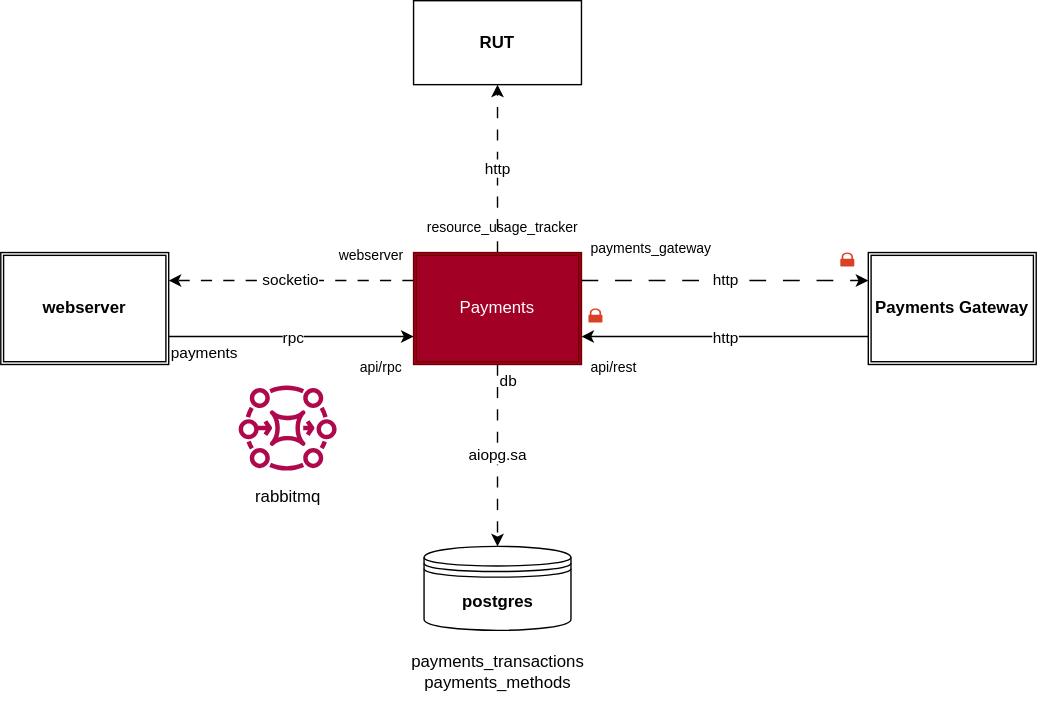
Above: services/payments/doc/payments.drawio.svg in ITISFoundation/osparc-simcore (draw.io), before the change. Source tidied: cells renumbered, new cells last; positions are measured from the earlier drawing's top-left corner, leaving out a move shared by most shapes.
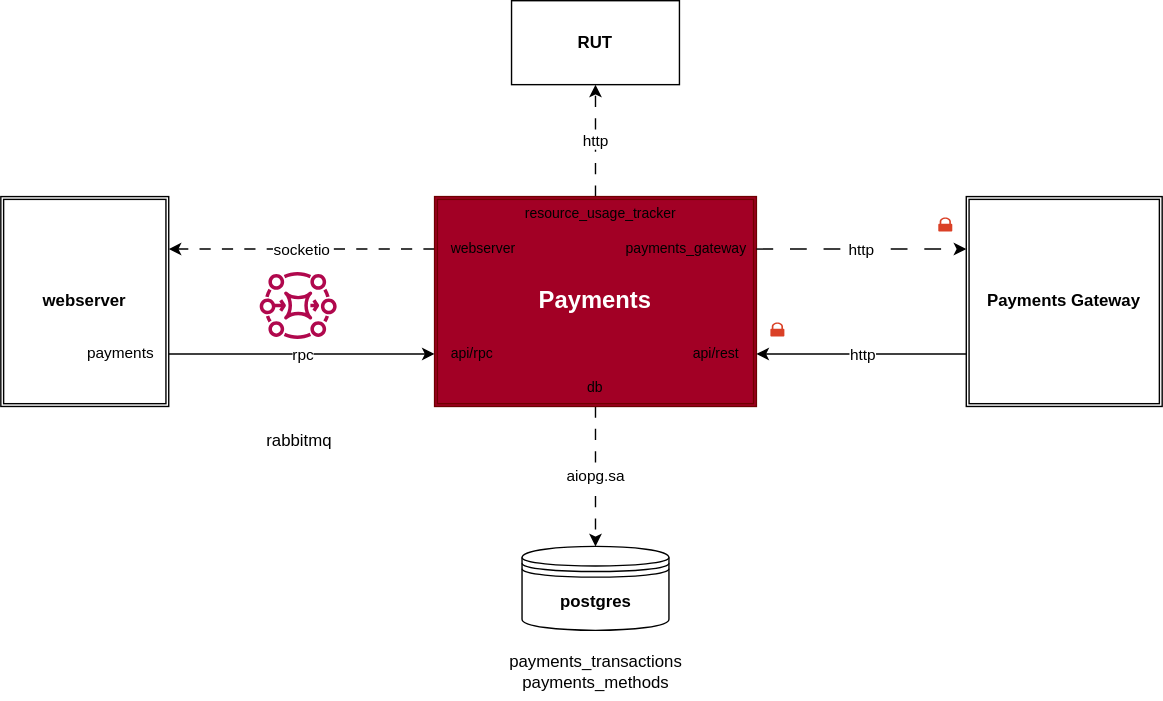
The same file after the commit.

What changed in the source:
```diff
@@ -11,11 +11,11 @@
     <mxCell id="4" value="http" style="edgeStyle=none;html=1;dashed=1;dashPattern=8 8;endArrow=classic;endFill=1;" parent="1" edge="1" source="5" target="19">
       <mxGeometry relative="1" as="geometry" />
     </mxCell>
-    <mxCell id="5" value="Payments" style="shape=ext;double=1;rounded=0;whiteSpace=wrap;html=1;fillColor=#a20025;fontColor=#ffffff;strokeColor=#6F0000;" parent="1" vertex="1">
-      <mxGeometry x="295" y="180" width="120" height="80" as="geometry" />
+    <mxCell id="5" value="&lt;b&gt;&lt;font style=&quot;font-size: 17px;&quot;&gt;Payments&lt;/font&gt;&lt;/b&gt;" style="shape=ext;double=1;rounded=0;whiteSpace=wrap;html=1;fillColor=#a20025;fontColor=#ffffff;strokeColor=#6F0000;" parent="1" vertex="1">
+      <mxGeometry x="240" y="140" width="230" height="150" as="geometry" />
     </mxCell>
     <mxCell id="6" value="&lt;b&gt;webserver&lt;/b&gt;" style="shape=ext;double=1;rounded=0;whiteSpace=wrap;html=1;" parent="1" vertex="1">
-      <mxGeometry y="180" width="120" height="80" as="geometry" />
+      <mxGeometry x="-70" y="140" width="120" height="150" as="geometry" />
     </mxCell>
     <mxCell id="7" style="endArrow=classic;html=1;exitX=1;exitY=0.75;exitDx=0;exitDy=0;entryX=0;entryY=0.75;entryDx=0;entryDy=0;" parent="1" edge="1" source="6" target="5">
       <mxGeometry relative="1" as="geometry" />
@@ -24,7 +24,7 @@
       <mxGeometry relative="1" as="geometry" />
     </mxCell>
     <mxCell id="9" value="&lt;b&gt;Payments Gateway&lt;/b&gt;" style="shape=ext;double=1;rounded=0;whiteSpace=wrap;html=1;" parent="1" vertex="1">
-      <mxGeometry x="620" y="180" width="120" height="80" as="geometry" />
+      <mxGeometry x="620" y="140" width="140" height="150" as="geometry" />
     </mxCell>
     <mxCell id="10" style="endArrow=classic;html=1;exitX=0;exitY=0.75;exitDx=0;exitDy=0;entryX=1;entryY=0.75;entryDx=0;entryDy=0;" parent="1" edge="1" source="9" target="5">
       <mxGeometry relative="1" as="geometry" />
@@ -36,48 +36,49 @@
       <mxGeometry x="302.5" y="390" width="105" height="60" as="geometry" />
     </mxCell>
     <mxCell id="13" style="sketch=0;fontColor=#232F3E;gradientColor=none;fillColor=#B0084D;strokeColor=none;dashed=0;verticalLabelPosition=bottom;verticalAlign=top;align=center;html=1;fontSize=12;fontStyle=0;shape=mxgraph.aws4.mq_broker;" parent="1" vertex="1">
-      <mxGeometry x="170" y="270" width="70" height="70" as="geometry" />
+      <mxGeometry x="115" y="190" width="55" height="55" as="geometry" />
     </mxCell>
     <mxCell id="14" value="rabbitmq" style="text;html=1;align=center;verticalAlign=middle;strokeColor=none;fillColor=none;" parent="1" vertex="1">
-      <mxGeometry x="170" y="340" width="70" height="30" as="geometry" />
+      <mxGeometry x="107.5" y="300" width="70" height="30" as="geometry" />
     </mxCell>
     <mxCell id="15" value="http" style="endArrow=classic;html=1;dashed=1;dashPattern=12 12;exitX=1;exitY=0.25;exitDx=0;exitDy=0;entryX=0;entryY=0.25;entryDx=0;entryDy=0;" parent="1" edge="1" source="5" target="9">
       <mxGeometry relative="1" as="geometry" />
     </mxCell>
-    <mxCell id="16" value="payments_gateway" style="edgeLabel;html=1;align=left;verticalAlign=bottom;fontSize=10;" parent="15" vertex="1">
-      <mxGeometry x="-1" relative="1" as="geometry">
-        <mxPoint x="5" y="-15" as="offset" />
-      </mxGeometry>
-    </mxCell>
     <mxCell id="17" value="payments" style="edgeLabel;html=1;align=left;verticalAlign=bottom;" parent="1" vertex="1">
-      <mxGeometry x="120" y="260" as="geometry" />
+      <mxGeometry x="-10" y="260" as="geometry" />
     </mxCell>
-    <mxCell id="18" value="db" style="edgeLabel;html=1;align=left;verticalAlign=bottom;" parent="1" vertex="1">
-      <mxGeometry x="355" y="280" as="geometry" />
-    </mxCell>
     <mxCell id="19" value="&lt;b&gt;RUT&lt;/b&gt;" style="whiteSpace=wrap;html=1;rounded=0;" parent="1" vertex="1">
       <mxGeometry x="295" width="120" height="60" as="geometry" />
     </mxCell>
     <mxCell id="20" style="sketch=0;shadow=0;dashed=0;html=1;strokeColor=none;labelPosition=center;verticalLabelPosition=bottom;verticalAlign=top;align=center;shape=mxgraph.office.security.lock_protected;fillColor=#DA4026;fontSize=19;" parent="1" vertex="1">
-      <mxGeometry x="600" y="180" width="10" height="10" as="geometry" />
+      <mxGeometry x="600" y="155" width="10" height="10" as="geometry" />
     </mxCell>
     <mxCell id="21" style="sketch=0;shadow=0;dashed=0;html=1;strokeColor=none;labelPosition=center;verticalLabelPosition=bottom;verticalAlign=top;align=center;shape=mxgraph.office.security.lock_protected;fillColor=#DA4026;fontSize=19;" parent="1" vertex="1">
-      <mxGeometry x="420" y="220" width="10" height="10" as="geometry" />
+      <mxGeometry x="480" y="230" width="10" height="10" as="geometry" />
     </mxCell>
     <mxCell id="22" value="payments_transactions&lt;br&gt;payments_methods" style="text;html=1;align=center;verticalAlign=middle;strokeColor=none;fillColor=none;" parent="1" vertex="1">
       <mxGeometry x="280" y="460" width="150" height="40" as="geometry" />
     </mxCell>
+    <mxCell id="27" style="edgeStyle=none;html=1;" parent="1" edge="1" source="23" target="5">
+      <mxGeometry relative="1" as="geometry" />
+    </mxCell>
     <mxCell id="23" value="resource_usage_tracker" style="text;whiteSpace=wrap;html=1;fontSize=10;fontStyle=0;" parent="1" vertex="1">
-      <mxGeometry x="302.5" y="150" width="127.5" height="20" as="geometry" />
+      <mxGeometry x="302.5" y="140" width="117.5" height="20" as="geometry" />
     </mxCell>
     <mxCell id="24" value="api/rpc" style="text;whiteSpace=wrap;html=1;fontSize=10;" parent="1" vertex="1">
-      <mxGeometry x="255" y="250" width="40" height="40" as="geometry" />
+      <mxGeometry x="250" y="240" width="40" height="20" as="geometry" />
     </mxCell>
     <mxCell id="25" value="api/rest" style="text;whiteSpace=wrap;html=1;fontSize=10;" parent="1" vertex="1">
-      <mxGeometry x="420" y="250" width="40" height="40" as="geometry" />
+      <mxGeometry x="422.5" y="240" width="40" height="20" as="geometry" />
     </mxCell>
     <mxCell id="26" value="webserver" style="text;whiteSpace=wrap;html=1;fontSize=10;" parent="1" vertex="1">
-      <mxGeometry x="240" y="170" width="40" height="40" as="geometry" />
+      <mxGeometry x="250" y="165" width="50" height="25" as="geometry" />
     </mxCell>
+    <mxCell id="16" value="payments_gateway" style="text;whiteSpace=wrap;html=1;fontSize=10;" parent="1" vertex="1">
+      <mxGeometry x="375" y="165" width="97.5" height="20" as="geometry" />
+    </mxCell>
+    <mxCell id="18" value="db" style="text;whiteSpace=wrap;html=1;fontSize=10;align=center;" parent="1" vertex="1">
+      <mxGeometry x="335" y="263.5" width="40" height="20" as="geometry" />
+    </mxCell>
   </root>
 </mxGraphModel>
```
